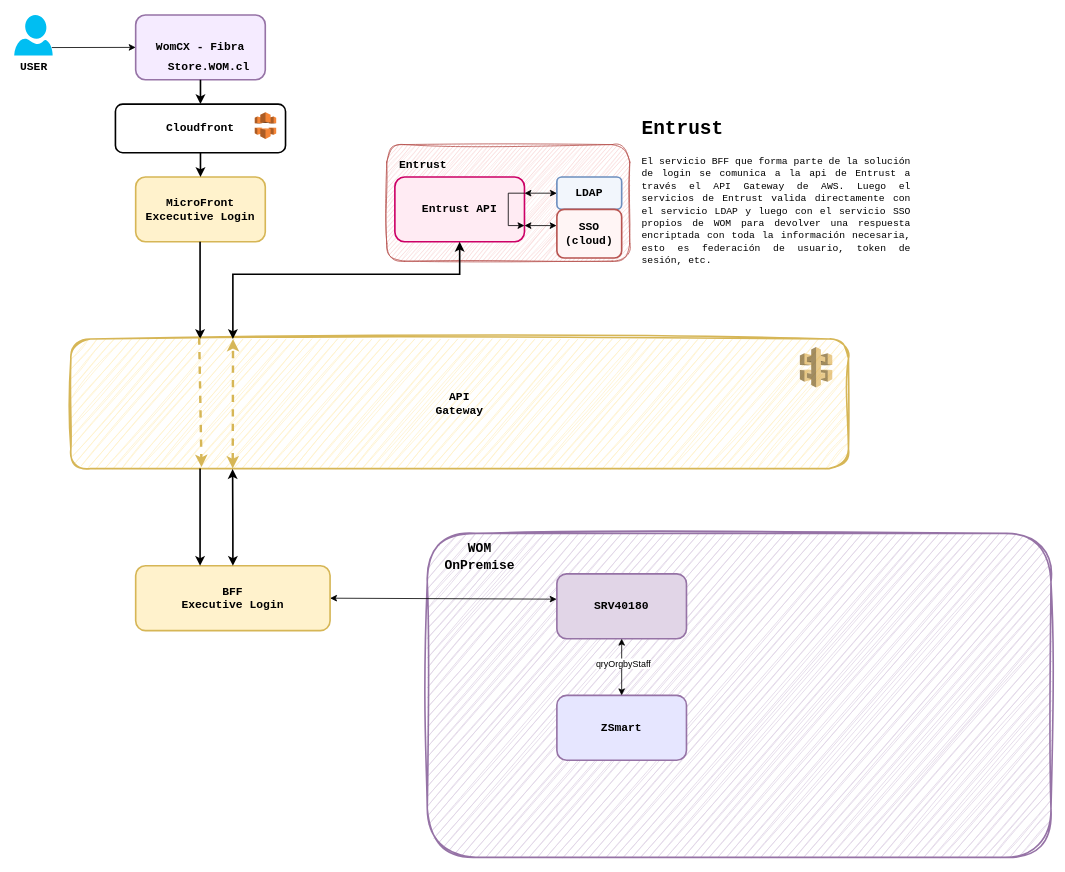
Above: page "DiagFlujo" (2 of 2) of LoginLayer.drawio in linosnt/womCX (draw.io), before the change. Source tidied: cells renumbered, new cells numbered last; positions are measured from the earlier drawing's top-left corner, leaving out a move shared by most shapes. Both pictures are drawn from the tidied source at 81%, with x=0, y=0 at pixel (14, 15).
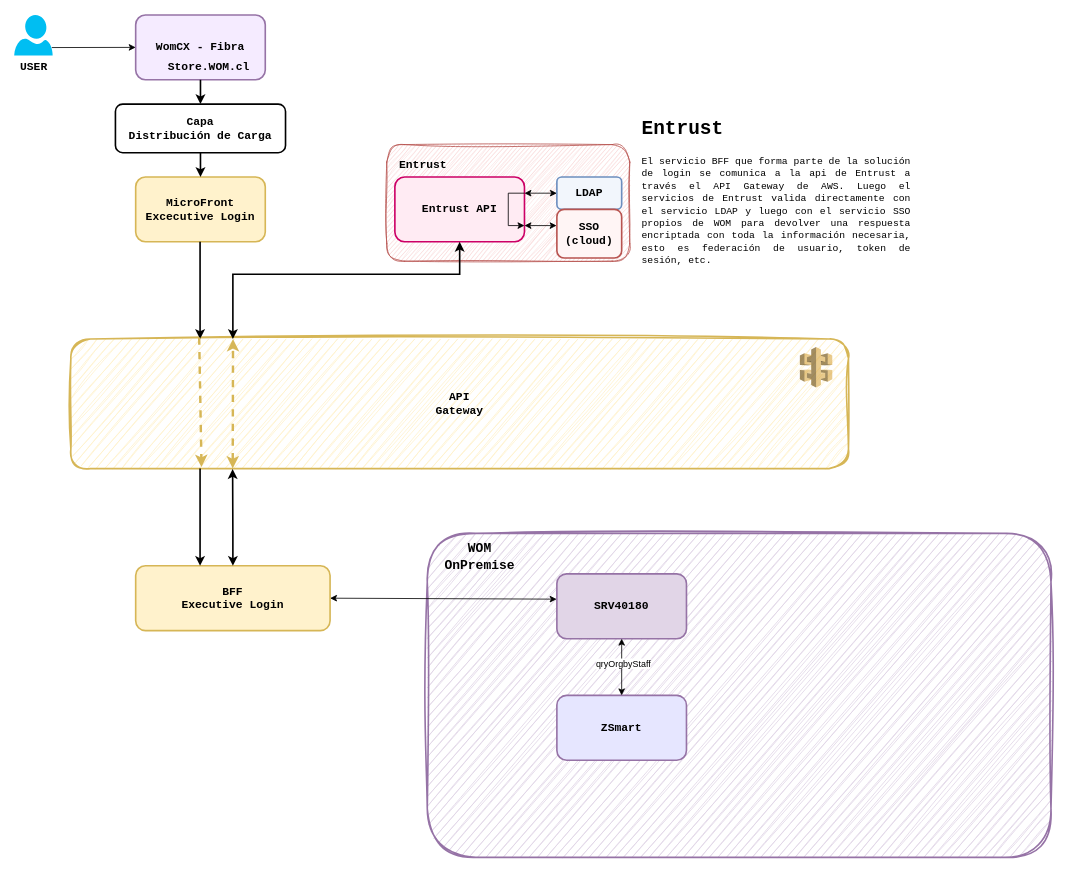
Above is the later version.

What changed in the source:
```diff
@@
-    <mxCell id="34" value="&lt;div&gt;&lt;font size=&quot;1&quot; face=&quot;Courier New&quot;&gt;&lt;b style=&quot;font-size: 14px;&quot;&gt;Cloudfront&lt;/b&gt;&lt;/font&gt;&lt;/div&gt;" style="rounded=1;whiteSpace=wrap;html=1;strokeWidth=2;" parent="1" vertex="1">
+    <mxCell id="34" value="&lt;div&gt;&lt;font size=&quot;1&quot; face=&quot;Courier New&quot;&gt;&lt;b style=&quot;font-size: 14px;&quot;&gt;Capa&lt;/b&gt;&lt;/font&gt;&lt;/div&gt;&lt;div&gt;&lt;font size=&quot;1&quot; face=&quot;Courier New&quot;&gt;&lt;b style=&quot;font-size: 14px;&quot;&gt;Distribución de Carga&lt;br&gt;&lt;/b&gt;&lt;/font&gt;&lt;/div&gt;" style="rounded=1;whiteSpace=wrap;html=1;strokeWidth=2;" parent="1" vertex="1">
       <mxGeometry x="125" y="110" width="210" height="60" as="geometry" />
     </mxCell>
-    <mxCell id="35" style="dashed=0;verticalLabelPosition=bottom;verticalAlign=top;align=center;html=1;shape=mxgraph.aws3.cloudfront;fillColor=#F58536;gradientColor=none;" parent="1" vertex="1">
-      <mxGeometry x="297" y="120" width="26.5" height="33" as="geometry" />
-    </mxCell>
```
